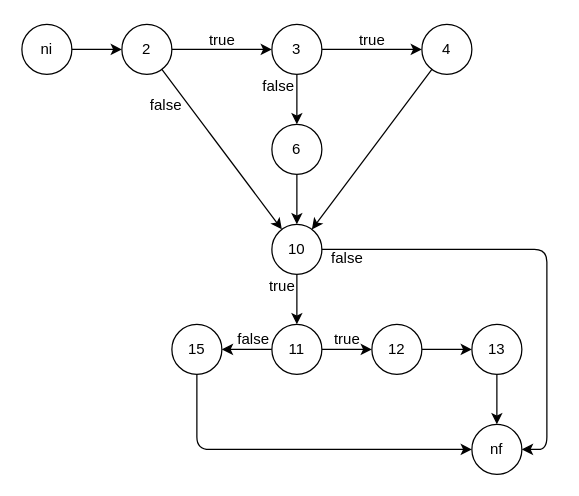
Before: grafi_dei_flussi_di_controllo/Drawio (2).drawio in CristianCarrella/Ratatouille23, a draw.io diagram. Source tidied: cells renumbered, new cells numbered last; positions are measured from the earlier drawing's top-left corner, leaving out a move shared by most shapes. Both pictures are drawn from the tidied source at 125%, with x=0, y=0 at pixel (21, 21).
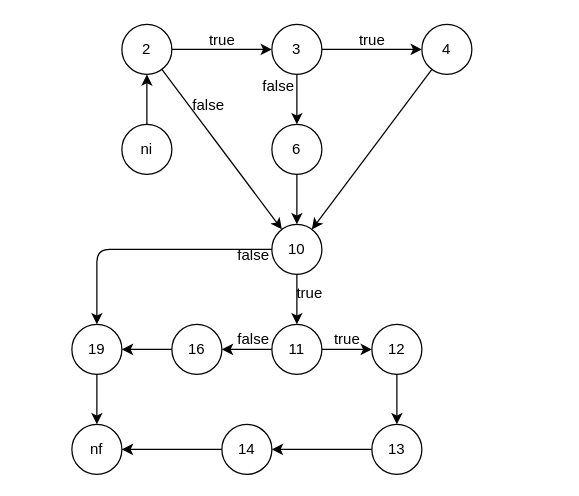
The same page after the edit.

The change refers to these unchanged cells:
```xml
<mxCell id="10" value="10" style="ellipse;whiteSpace=wrap;html=1;" parent="1" vertex="1">
  <mxGeometry x="200" y="162" width="40" height="40" as="geometry" />
</mxCell>
```

Change to the diagram source:
```diff
@@
     <mxCell id="2" value="ni" style="ellipse;whiteSpace=wrap;html=1;" parent="1" vertex="1">
-      <mxGeometry y="2" width="40" height="40" as="geometry" />
+      <mxGeometry x="80" y="82" width="40" height="40" as="geometry" />
     </mxCell>
@@
     <mxCell id="11" value="false" style="text;html=1;align=center;verticalAlign=middle;strokeColor=none;fillColor=none;" parent="1" vertex="1">
-      <mxGeometry x="90" y="52" width="50" height="30" as="geometry" />
+      <mxGeometry x="124" y="52" width="50" height="30" as="geometry" />
     </mxCell>
@@
     <mxCell id="17" value="nf" style="ellipse;whiteSpace=wrap;html=1;" parent="1" vertex="1">
-      <mxGeometry x="360" y="322" width="40" height="40" as="geometry" />
+      <mxGeometry x="40" y="322" width="40" height="40" as="geometry" />
     </mxCell>
@@
-    <mxCell id="20" style="edgeStyle=orthogonalEdgeStyle;rounded=0;jettySize=auto;html=1;" parent="1" edge="1" source="21" target="17">
-      <mxGeometry relative="1" as="geometry">
-        <Array as="points">
-          <mxPoint x="380" y="292" />
-          <mxPoint x="380" y="292" />
-        </Array>
-      </mxGeometry>
-    </mxCell>
+    <mxCell id="35" style="edgeStyle=orthogonalEdgeStyle;rounded=0;jettySize=auto;html=1;" parent="1" edge="1" source="21" target="38">
+      <mxGeometry relative="1" as="geometry" />
+    </mxCell>
     <mxCell id="21" value="13" style="ellipse;whiteSpace=wrap;html=1;" parent="1" vertex="1">
-      <mxGeometry x="360" y="242" width="40" height="40" as="geometry" />
+      <mxGeometry x="280" y="322" width="40" height="40" as="geometry" />
     </mxCell>
     <mxCell id="22" value="true" style="text;html=1;align=center;verticalAlign=middle;strokeColor=none;fillColor=none;" parent="1" vertex="1">
-      <mxGeometry x="188" y="197" width="40" height="30" as="geometry" />
+      <mxGeometry x="210" y="202" width="40" height="30" as="geometry" />
     </mxCell>
@@
+    <mxCell id="36" style="edgeStyle=orthogonalEdgeStyle;rounded=0;jettySize=auto;html=1;" parent="1" edge="1" source="25" target="41">
+      <mxGeometry relative="1" as="geometry" />
+    </mxCell>
-    <mxCell id="25" value="15" style="ellipse;whiteSpace=wrap;html=1;" parent="1" vertex="1">
+    <mxCell id="25" value="16" style="ellipse;whiteSpace=wrap;html=1;" parent="1" vertex="1">
       <mxGeometry x="120" y="242" width="40" height="40" as="geometry" />
     </mxCell>
     <mxCell id="26" value="false" style="text;html=1;align=center;verticalAlign=middle;strokeColor=none;fillColor=none;" parent="1" vertex="1">
-      <mxGeometry x="235" y="174" width="50" height="30" as="geometry" />
+      <mxGeometry x="160" y="172" width="50" height="30" as="geometry" />
     </mxCell>
@@
-    <mxCell id="28" style="endArrow=classic;html=1;rounded=1;" parent="1" edge="1" source="25" target="17">
-      <mxGeometry relative="1" as="geometry">
-        <Array as="points">
-          <mxPoint x="140" y="342" />
-        </Array>
-      </mxGeometry>
-    </mxCell>
@@
-    <mxCell id="34" style="endArrow=classic;html=1;rounded=1;" parent="1" edge="1" source="10" target="17">
-      <mxGeometry relative="1" as="geometry">
-        <Array as="points">
-          <mxPoint x="420" y="182" />
-          <mxPoint x="420" y="342" />
-        </Array>
-      </mxGeometry>
-    </mxCell>
+    <mxCell id="37" style="edgeStyle=orthogonalEdgeStyle;rounded=0;jettySize=auto;html=1;" parent="1" edge="1" source="38" target="17">
+      <mxGeometry relative="1" as="geometry" />
+    </mxCell>
+    <mxCell id="38" value="14" style="ellipse;whiteSpace=wrap;html=1;" parent="1" vertex="1">
+      <mxGeometry x="160" y="322" width="40" height="40" as="geometry" />
+    </mxCell>
+    <mxCell id="39" style="endArrow=classic;html=1;rounded=1;" parent="1" edge="1" source="10" target="41">
+      <mxGeometry relative="1" as="geometry">
+        <Array as="points">
+          <mxPoint x="60" y="182" />
+        </Array>
+      </mxGeometry>
+    </mxCell>
+    <mxCell id="40" style="edgeStyle=orthogonalEdgeStyle;rounded=0;jettySize=auto;html=1;" parent="1" edge="1" source="41" target="17">
+      <mxGeometry relative="1" as="geometry" />
+    </mxCell>
+    <mxCell id="41" value="19" style="ellipse;whiteSpace=wrap;html=1;" parent="1" vertex="1">
+      <mxGeometry x="40" y="242" width="40" height="40" as="geometry" />
+    </mxCell>
```
